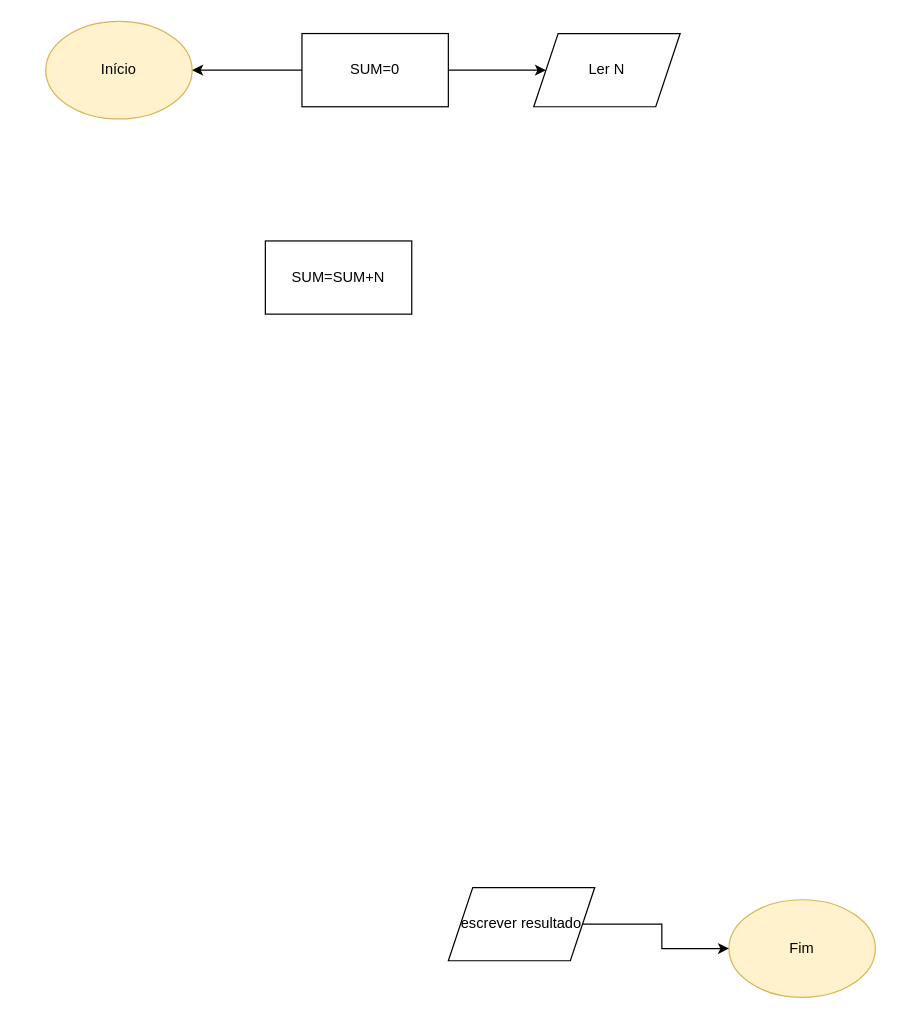
The draw.io diagram Fluxo6.drawio in Rato0101/Fluxogramas, before the edit. Source tidied: cells renumbered, new cells numbered last; positions are measured from the earlier drawing's top-left corner, leaving out a move shared by most shapes. Both pictures are drawn from the tidied source at 122%, with x=0, y=0 at pixel (45, 21).
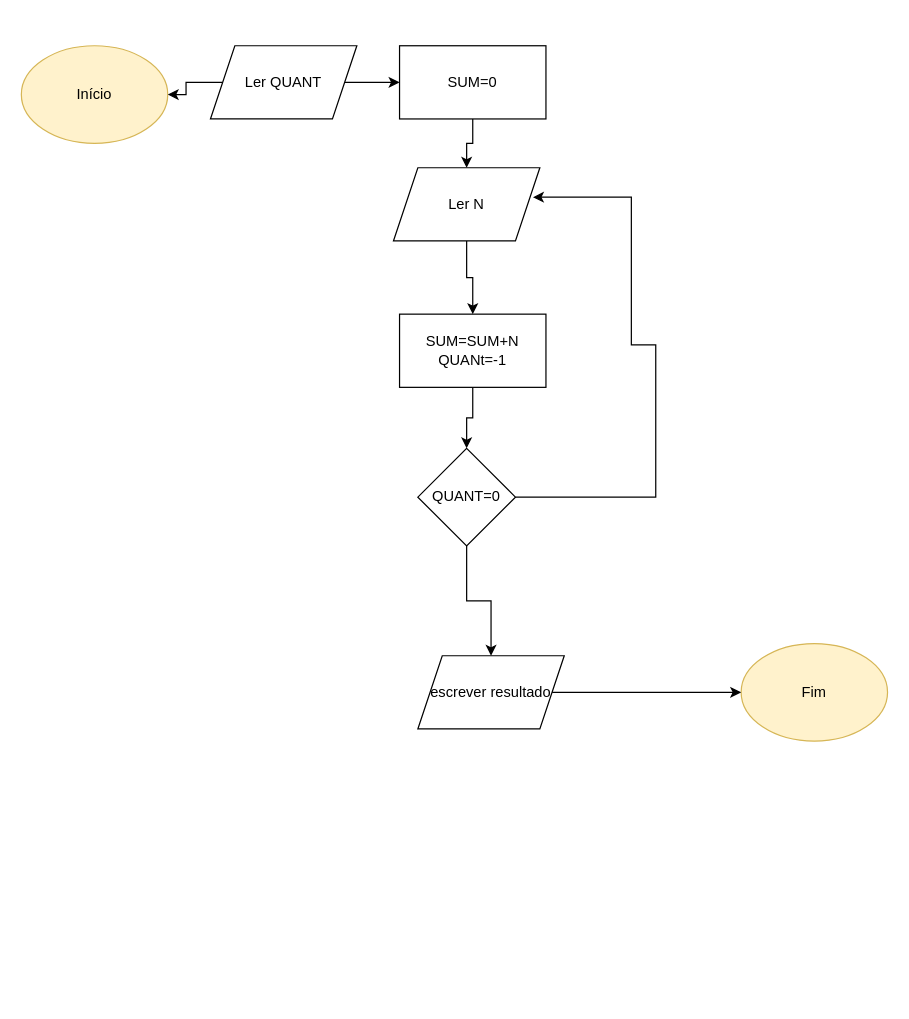
Above is the later version.

What changed in the source:
```diff
@@
     <mxCell id="2" value="Fim" style="ellipse;whiteSpace=wrap;html=1;shapeInside=1;fillColor=#fff2cc;strokeColor=#d6b656;" parent="1" vertex="1">
-      <mxGeometry x="560" y="720" width="120" height="80" as="geometry" />
+      <mxGeometry x="570" y="510" width="120" height="80" as="geometry" />
     </mxCell>
     <mxCell id="3" value="Início" style="ellipse;whiteSpace=wrap;html=1;shapeInside=1;fillColor=#fff2cc;strokeColor=#d6b656;" parent="1" vertex="1">
-      <mxGeometry width="120" height="80" as="geometry" />
+      <mxGeometry x="-20" y="20" width="120" height="80" as="geometry" />
     </mxCell>
@@
     <mxCell id="5" value="escrever resultado" style="shape=parallelogram;perimeter=parallelogramPerimeter;whiteSpace=wrap;html=1;shapeInside=1;fixedSize=1;" parent="1" vertex="1">
-      <mxGeometry x="330" y="710" width="120" height="60" as="geometry" />
+      <mxGeometry x="305" y="520" width="120" height="60" as="geometry" />
     </mxCell>
+    <mxCell id="11" style="edgeStyle=orthogonalEdgeStyle;rounded=0;jettySize=auto;html=1;" parent="1" edge="1" source="6" target="18">
+      <mxGeometry relative="1" as="geometry" />
+    </mxCell>
-    <mxCell id="6" value="SUM=SUM+N" style="rounded=0;whiteSpace=wrap;html=1;" parent="1" vertex="1">
-      <mxGeometry x="180" y="180" width="120" height="60" as="geometry" />
+    <mxCell id="6" value="SUM=SUM+N&lt;div&gt;QUANt=-1&lt;/div&gt;" style="rounded=0;whiteSpace=wrap;html=1;" parent="1" vertex="1">
+      <mxGeometry x="290" y="240" width="120" height="60" as="geometry" />
     </mxCell>
+    <mxCell id="12" style="edgeStyle=orthogonalEdgeStyle;rounded=0;jettySize=auto;html=1;" parent="1" edge="1" source="7" target="3">
+      <mxGeometry relative="1" as="geometry" />
+    </mxCell>
+    <mxCell id="13" style="edgeStyle=orthogonalEdgeStyle;rounded=0;jettySize=auto;html=1;" parent="1" edge="1" source="7" target="10">
+      <mxGeometry relative="1" as="geometry" />
+    </mxCell>
-    <mxCell id="7" value="Ler N" style="shape=parallelogram;perimeter=parallelogramPerimeter;whiteSpace=wrap;html=1;shapeInside=1;fixedSize=1;" parent="1" vertex="1">
-      <mxGeometry x="400" y="10" width="120" height="60" as="geometry" />
+    <mxCell id="7" value="Ler QUANT" style="shape=parallelogram;perimeter=parallelogramPerimeter;whiteSpace=wrap;html=1;shapeInside=1;fixedSize=1;" parent="1" vertex="1">
+      <mxGeometry x="135" y="20" width="120" height="60" as="geometry" />
     </mxCell>
-    <mxCell id="8" style="edgeStyle=orthogonalEdgeStyle;rounded=0;jettySize=auto;html=1;" parent="1" edge="1" source="10" target="3">
-      <mxGeometry relative="1" as="geometry" />
-    </mxCell>
-    <mxCell id="9" style="edgeStyle=orthogonalEdgeStyle;rounded=0;jettySize=auto;html=1;" parent="1" edge="1" source="10" target="7">
-      <mxGeometry relative="1" as="geometry" />
-    </mxCell>
+    <mxCell id="14" style="edgeStyle=orthogonalEdgeStyle;rounded=0;jettySize=auto;html=1;" parent="1" edge="1" source="10" target="16">
+      <mxGeometry relative="1" as="geometry" />
+    </mxCell>
     <mxCell id="10" value="SUM=0" style="rounded=0;whiteSpace=wrap;html=1;" parent="1" vertex="1">
-      <mxGeometry x="210" y="10" width="120" height="60" as="geometry" />
+      <mxGeometry x="290" y="20" width="120" height="60" as="geometry" />
     </mxCell>
+    <mxCell id="15" style="edgeStyle=orthogonalEdgeStyle;rounded=0;jettySize=auto;html=1;" parent="1" edge="1" source="16" target="6">
+      <mxGeometry relative="1" as="geometry" />
+    </mxCell>
+    <mxCell id="16" value="Ler N" style="shape=parallelogram;perimeter=parallelogramPerimeter;whiteSpace=wrap;html=1;shapeInside=1;fixedSize=1;" parent="1" vertex="1">
+      <mxGeometry x="285" y="120" width="120" height="60" as="geometry" />
+    </mxCell>
+    <mxCell id="17" style="edgeStyle=orthogonalEdgeStyle;rounded=0;jettySize=auto;html=1;" parent="1" edge="1" source="18" target="5">
+      <mxGeometry relative="1" as="geometry" />
+    </mxCell>
+    <mxCell id="18" value="QUANT=0" style="rhombus;whiteSpace=wrap;html=1;shapeInside=1;" parent="1" vertex="1">
+      <mxGeometry x="305" y="350" width="80" height="80" as="geometry" />
+    </mxCell>
+    <mxCell id="19" style="edgeStyle=orthogonalEdgeStyle;rounded=0;jettySize=auto;html=1;entryX=0.953;entryY=0.402;entryDx=0;entryDy=0;entryPerimeter=0;" parent="1" edge="1" source="18" target="16">
+      <mxGeometry relative="1" as="geometry">
+        <Array as="points">
+          <mxPoint x="500" y="390" />
+          <mxPoint x="500" y="265.1" />
+          <mxPoint x="480" y="265.1" />
+          <mxPoint x="480" y="144.1" />
+        </Array>
+      </mxGeometry>
+    </mxCell>
```
